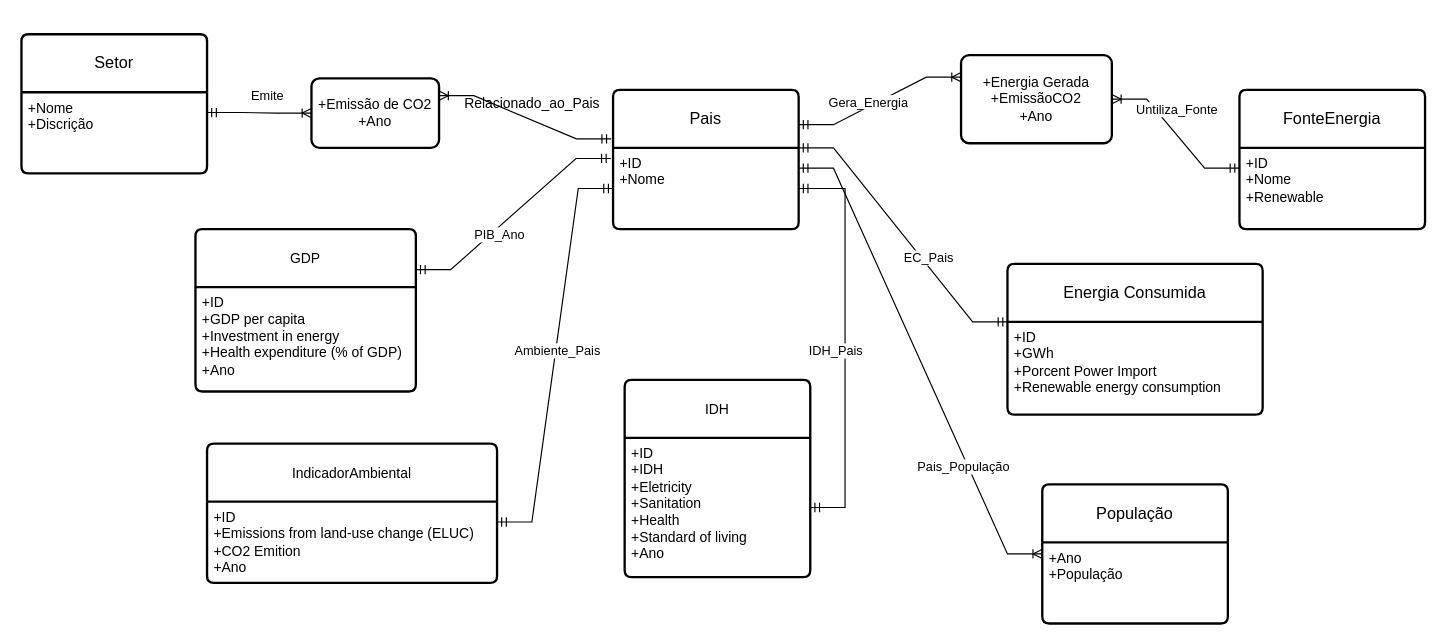
AnaBeatrizHidalgo/First-Database- keeps this draw.io diagram as Modelos/modelo_conceitual.drawio.xml. Above is the earlier version. Source tidied: cells renumbered, new cells numbered last; positions are measured from the earlier drawing's top-left corner, leaving out a move shared by most shapes. Both pictures are drawn from the tidied source at 116%, with x=0, y=0 at pixel (-95, 20).
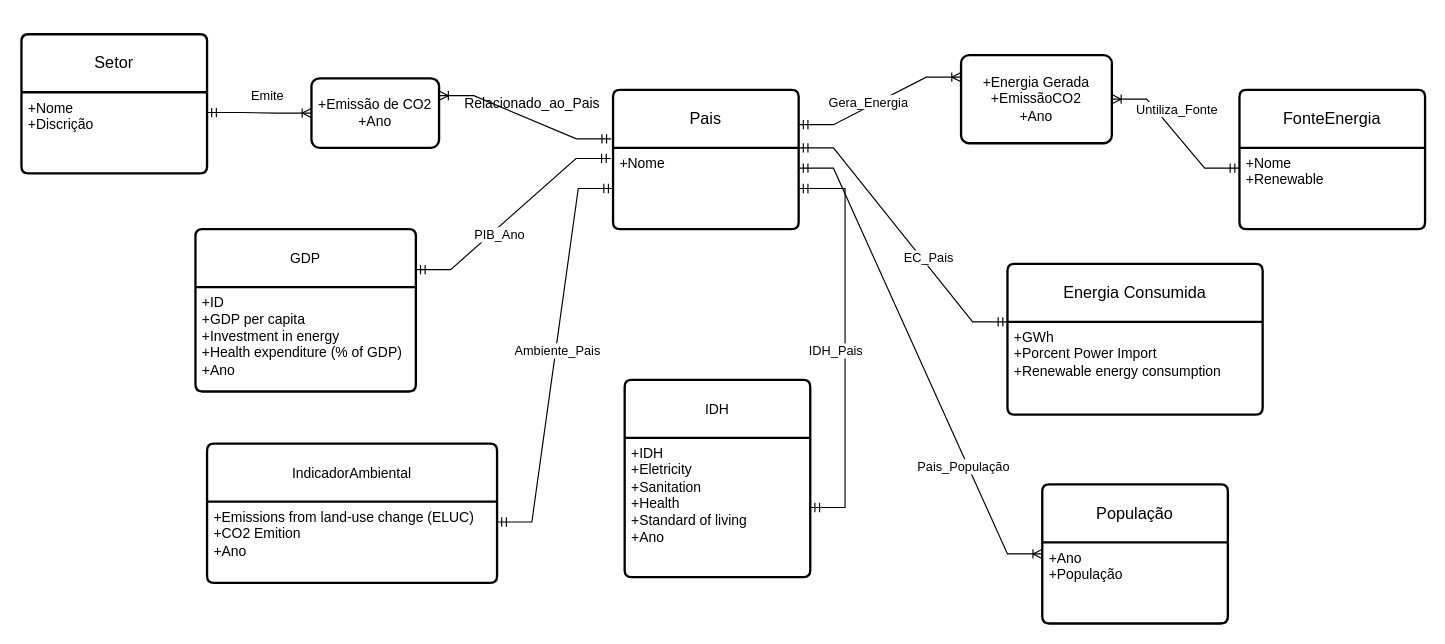
The same page after the edit.

Commit message (it also covers changes not shown here):
Tirando ID do Conceitual

Unchanged cells that the change refers to:
```xml
<mxCell id="4" value="Pais" style="swimlane;horizontal=1;startSize=50;rounded=1;fontSize=14;fontStyle=0;strokeWidth=2;shadow=0;dashed=0;align=center;arcSize=4;whiteSpace=wrap;html=1;" parent="1" vertex="1">
  <mxGeometry x="610" y="60" width="160" height="120" as="geometry" />
</mxCell>
<mxCell id="6" value="FonteEnergia" style="swimlane;horizontal=1;startSize=50;rounded=1;fontSize=14;fontStyle=0;strokeWidth=2;shadow=0;dashed=0;align=center;arcSize=4;whiteSpace=wrap;html=1;" parent="1" vertex="1">
  <mxGeometry x="1150" y="60" width="160" height="120" as="geometry" />
</mxCell>
<mxCell id="10" value="Energia Consumida" style="swimlane;horizontal=1;startSize=50;rounded=1;fontSize=14;fontStyle=0;strokeWidth=2;shadow=0;dashed=0;align=center;arcSize=4;whiteSpace=wrap;html=1;" parent="1" vertex="1">
  <mxGeometry x="950" y="210" width="220" height="130" as="geometry" />
</mxCell>
<mxCell id="12" value="&lt;span style=&quot;font-size: 12px; text-align: left;&quot;&gt;IndicadorAmbiental&lt;/span&gt;" style="swimlane;horizontal=1;startSize=50;rounded=1;fontSize=14;fontStyle=0;strokeWidth=2;shadow=0;dashed=0;align=center;arcSize=4;whiteSpace=wrap;html=1;" parent="1" vertex="1">
  <mxGeometry x="260" y="365" width="250" height="120" as="geometry" />
</mxCell>
<mxCell id="16" value="&lt;span style=&quot;font-size: 12px; text-align: left;&quot;&gt;IDH&lt;/span&gt;" style="swimlane;horizontal=1;startSize=50;rounded=1;fontSize=14;fontStyle=0;strokeWidth=2;shadow=0;dashed=0;align=center;arcSize=4;whiteSpace=wrap;html=1;" parent="1" vertex="1">
  <mxGeometry x="620" y="310" width="160" height="170" as="geometry" />
</mxCell>
```

Diff of the diagram source:
```diff
@@
-    <mxCell id="5" value="+ID&lt;br&gt;+Nome" style="align=left;strokeColor=none;fillColor=none;spacingLeft=4;spacingRight=4;fontSize=12;verticalAlign=top;html=1;whiteSpace=wrap;" parent="4" vertex="1">
+    <mxCell id="5" value="+Nome" style="align=left;strokeColor=none;fillColor=none;spacingLeft=4;spacingRight=4;fontSize=12;verticalAlign=top;html=1;whiteSpace=wrap;" parent="4" vertex="1">
       <mxGeometry y="50" width="160" height="70" as="geometry" />
     </mxCell>
@@
-    <mxCell id="7" value="+ID&lt;br&gt;+Nome&lt;br&gt;&lt;div&gt;+Renewable&lt;/div&gt;" style="align=left;strokeColor=none;fillColor=none;spacingLeft=4;spacingRight=4;fontSize=12;verticalAlign=top;html=1;whiteSpace=wrap;" parent="6" vertex="1">
+    <mxCell id="7" value="+Nome&lt;br&gt;&lt;div&gt;+Renewable&lt;/div&gt;" style="align=left;strokeColor=none;fillColor=none;spacingLeft=4;spacingRight=4;fontSize=12;verticalAlign=top;html=1;whiteSpace=wrap;" parent="6" vertex="1">
       <mxGeometry y="50" width="160" height="70" as="geometry" />
     </mxCell>
@@
-    <mxCell id="11" value="+ID&lt;br&gt;+GWh&lt;div&gt;+Porcent Power Import&lt;/div&gt;&lt;div&gt;+Renewable energy consumption&lt;/div&gt;" style="align=left;strokeColor=none;fillColor=none;spacingLeft=4;spacingRight=4;fontSize=12;verticalAlign=top;html=1;whiteSpace=wrap;" parent="10" vertex="1">
+    <mxCell id="11" value="+GWh&lt;div&gt;+Porcent Power Import&lt;/div&gt;&lt;div&gt;+Renewable energy consumption&lt;/div&gt;" style="align=left;strokeColor=none;fillColor=none;spacingLeft=4;spacingRight=4;fontSize=12;verticalAlign=top;html=1;whiteSpace=wrap;" parent="10" vertex="1">
       <mxGeometry y="50" width="220" height="80" as="geometry" />
     </mxCell>
@@
-    <mxCell id="13" value="+ID&lt;br&gt;+Emissions from land-use change (ELUC)&lt;div&gt;&lt;span style=&quot;background-color: transparent; color: light-dark(rgb(0, 0, 0), rgb(255, 255, 255));&quot;&gt;+CO2 Emition&lt;/span&gt;&lt;/div&gt;&lt;div&gt;&lt;span style=&quot;background-color: transparent; color: light-dark(rgb(0, 0, 0), rgb(255, 255, 255));&quot;&gt;+Ano&lt;/span&gt;&lt;/div&gt;" style="align=left;strokeColor=none;fillColor=none;spacingLeft=4;spacingRight=4;fontSize=12;verticalAlign=top;html=1;whiteSpace=wrap;" parent="12" vertex="1">
+    <mxCell id="13" value="+Emissions from land-use change (ELUC)&lt;div&gt;&lt;span style=&quot;background-color: transparent; color: light-dark(rgb(0, 0, 0), rgb(255, 255, 255));&quot;&gt;+CO2 Emition&lt;/span&gt;&lt;/div&gt;&lt;div&gt;&lt;span style=&quot;background-color: transparent; color: light-dark(rgb(0, 0, 0), rgb(255, 255, 255));&quot;&gt;+Ano&lt;/span&gt;&lt;/div&gt;" style="align=left;strokeColor=none;fillColor=none;spacingLeft=4;spacingRight=4;fontSize=12;verticalAlign=top;html=1;whiteSpace=wrap;" parent="12" vertex="1">
       <mxGeometry y="50" width="250" height="70" as="geometry" />
     </mxCell>
@@
-    <mxCell id="17" value="+ID&lt;br&gt;+IDH&lt;div&gt;+Eletricity&lt;/div&gt;&lt;div&gt;+Sanitation&amp;nbsp;&lt;/div&gt;&lt;div&gt;+Health&lt;/div&gt;&lt;div&gt;+Standard of living&lt;br&gt;&lt;/div&gt;&lt;div&gt;+Ano&lt;/div&gt;" style="align=left;strokeColor=none;fillColor=none;spacingLeft=4;spacingRight=4;fontSize=12;verticalAlign=top;html=1;whiteSpace=wrap;" parent="16" vertex="1">
+    <mxCell id="17" value="+IDH&lt;div&gt;+Eletricity&lt;/div&gt;&lt;div&gt;+Sanitation&amp;nbsp;&lt;/div&gt;&lt;div&gt;+Health&lt;/div&gt;&lt;div&gt;+Standard of living&lt;br&gt;&lt;/div&gt;&lt;div&gt;+Ano&lt;/div&gt;" style="align=left;strokeColor=none;fillColor=none;spacingLeft=4;spacingRight=4;fontSize=12;verticalAlign=top;html=1;whiteSpace=wrap;" parent="16" vertex="1">
       <mxGeometry y="50" width="160" height="120" as="geometry" />
     </mxCell>
```
